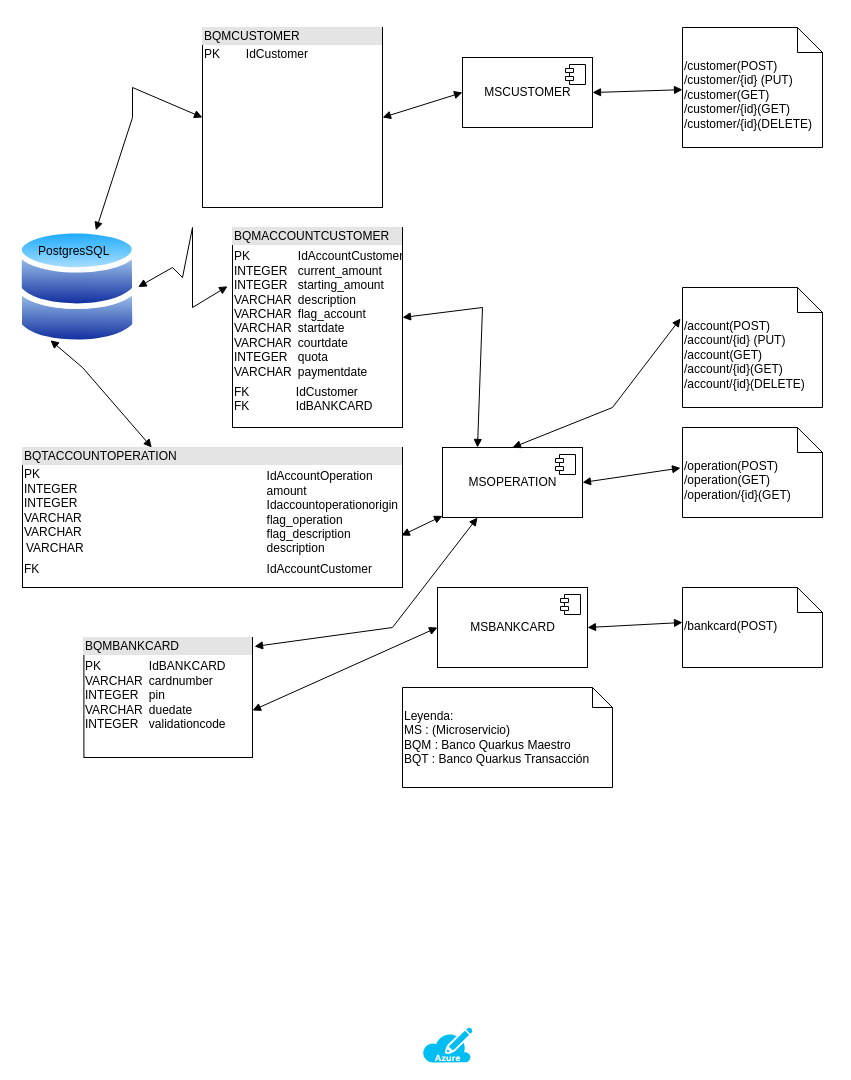
Above: SolutionBank-v1.drawio in AppBancoQuarkus/designsolution (draw.io), before the change. Source tidied: cells renumbered, new cells numbered last; positions are measured from the earlier drawing's top-left corner, leaving out a move shared by most shapes. Both pictures are drawn from the tidied source at 100%, with x=0, y=0 at pixel (16, 27).
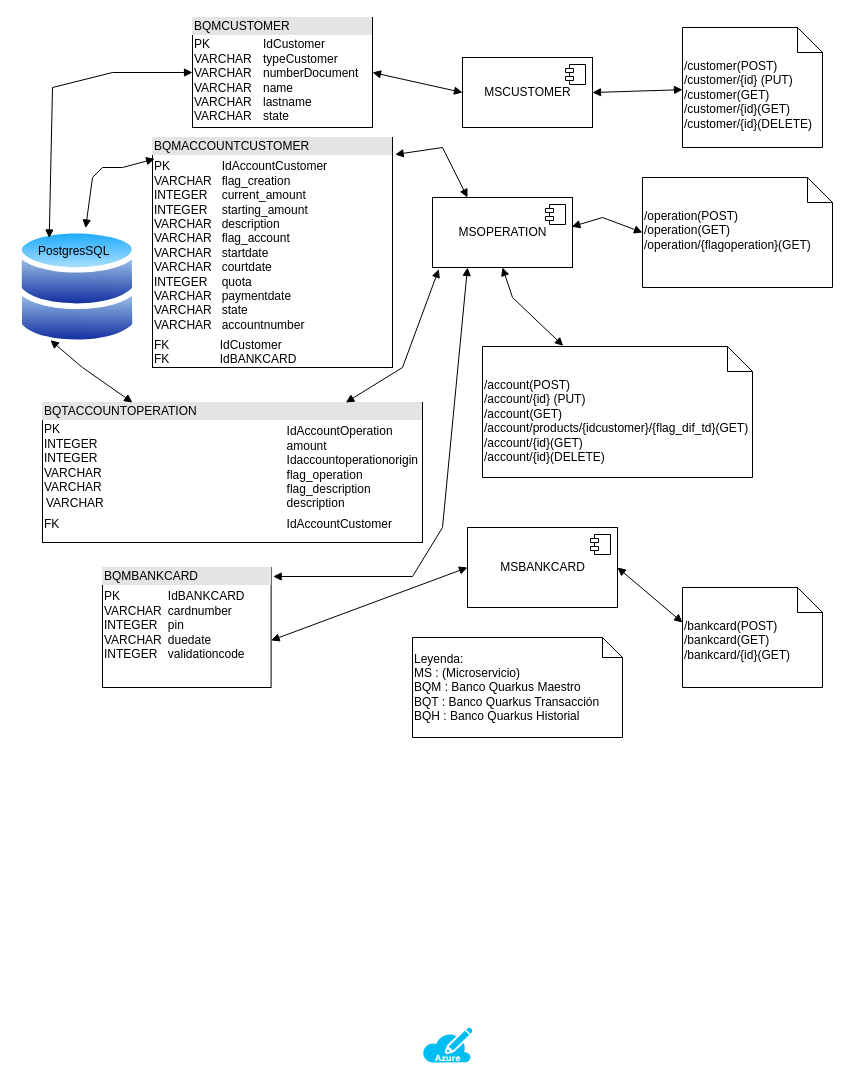
Above is the later version.

Commit message (it also covers changes not shown here):
modificando y agregando las solution del 3er proyecto

The change refers to these unchanged cells:
```xml
<mxCell id="5" style="perimeter=ellipsePerimeter;html=1;align=center;shadow=0;dashed=0;spacingTop=3;image;image=img/lib/active_directory/databases.svg;" parent="1" vertex="1">
  <mxGeometry x="0.3" y="200" width="121.4" height="119" as="geometry" />
</mxCell>
<mxCell id="31" value="PostgresSQL" style="text;strokeColor=none;fillColor=none;spacingLeft=4;spacingRight=4;overflow=hidden;points=[[0,0.5],[1,0.5]];portConstraint=eastwest;fontSize=12;" parent="1" vertex="1">
  <mxGeometry x="16" y="210" width="90" height="30" as="geometry" />
</mxCell>
```

Change to the diagram source:
```diff
@@
-    <mxCell id="7" value="&lt;div style=&quot;box-sizing:border-box;width:100%;background:#e4e4e4;padding:2px;&quot;&gt;BQMCUSTOMER&lt;/div&gt;&lt;table style=&quot;width:100%;font-size:1em;&quot; cellpadding=&quot;2&quot; cellspacing=&quot;0&quot;&gt;&lt;tbody&gt;&lt;tr&gt;&lt;td&gt;PK&lt;/td&gt;&lt;td&gt;IdCustomer&lt;br&gt;&lt;/td&gt;&lt;/tr&gt;&lt;tr&gt;&lt;td&gt;&lt;br&gt;&lt;/td&gt;&lt;td&gt;&lt;br&gt;&lt;/td&gt;&lt;/tr&gt;&lt;tr&gt;&lt;td&gt;&lt;/td&gt;&lt;td&gt;&lt;br&gt;&lt;/td&gt;&lt;/tr&gt;&lt;/tbody&gt;&lt;/table&gt;" style="verticalAlign=top;align=left;overflow=fill;html=1;" parent="1" vertex="1">
-      <mxGeometry x="186" width="180" height="180" as="geometry" />
+    <mxCell id="7" value="&lt;div style=&quot;box-sizing:border-box;width:100%;background:#e4e4e4;padding:2px;&quot;&gt;BQMCUSTOMER&lt;/div&gt;&lt;table style=&quot;width:100%;font-size:1em;&quot; cellpadding=&quot;2&quot; cellspacing=&quot;0&quot;&gt;&lt;tbody&gt;&lt;tr&gt;&lt;td&gt;PK&lt;br&gt;VARCHAR&lt;br&gt;VARCHAR&lt;br&gt;VARCHAR&lt;br&gt;VARCHAR&lt;br&gt;VARCHAR&lt;br&gt;&lt;/td&gt;&lt;td&gt;IdCustomer&lt;br&gt;typeCustomer&lt;br&gt;numberDocument&lt;br&gt;name&lt;br&gt;lastname&lt;br&gt;state&lt;br&gt;&lt;/td&gt;&lt;/tr&gt;&lt;tr&gt;&lt;td&gt;&lt;br&gt;&lt;/td&gt;&lt;td&gt;&lt;br&gt;&lt;/td&gt;&lt;/tr&gt;&lt;tr&gt;&lt;td&gt;&lt;/td&gt;&lt;td&gt;&lt;br&gt;&lt;/td&gt;&lt;/tr&gt;&lt;/tbody&gt;&lt;/table&gt;" style="verticalAlign=top;align=left;overflow=fill;html=1;" parent="1" vertex="1">
+      <mxGeometry x="176" y="-10" width="180" height="110" as="geometry" />
     </mxCell>
@@
-    <mxCell id="9" style="endArrow=block;startArrow=block;endFill=1;startFill=1;html=1;rounded=0;entryX=0;entryY=0.5;entryDx=0;entryDy=0;" parent="1" edge="1" source="5" target="7">
+    <mxCell id="9" style="endArrow=block;startArrow=block;endFill=1;startFill=1;html=1;rounded=0;entryX=0;entryY=0.5;entryDx=0;entryDy=0;exitX=0.186;exitY=0.016;exitDx=0;exitDy=0;exitPerimeter=0;" parent="1" edge="1" source="31" target="7">
       <mxGeometry relative="1" as="geometry">
         <Array as="points">
-          <mxPoint x="116" y="90" />
-          <mxPoint x="116" y="60" />
+          <mxPoint x="36" y="60" />
+          <mxPoint x="96" y="45" />
         </Array>
       </mxGeometry>
     </mxCell>
-    <mxCell id="10" value="&lt;div style=&quot;box-sizing:border-box;width:100%;background:#e4e4e4;padding:2px;&quot;&gt;BQMACCOUNTCUSTOMER&lt;/div&gt;&lt;table style=&quot;width:100%;font-size:1em;&quot; cellpadding=&quot;2&quot; cellspacing=&quot;0&quot;&gt;&lt;tbody&gt;&lt;tr&gt;&lt;td&gt;PK&lt;br&gt;INTEGER&lt;br&gt;INTEGER&lt;br&gt;VARCHAR&lt;br&gt;VARCHAR&lt;br&gt;VARCHAR&lt;br&gt;VARCHAR&lt;br&gt;INTEGER&lt;br&gt;VARCHAR&lt;br&gt;&lt;/td&gt;&lt;td&gt;&lt;table style=&quot;font-size: 1em; width: 160px;&quot; cellpadding=&quot;2&quot; cellspacing=&quot;0&quot;&gt;&lt;tbody&gt;&lt;tr&gt;&lt;td&gt;IdAccountCustomer&lt;br&gt;current_amount&lt;br&gt;starting_amount&lt;br&gt;description&lt;br&gt;flag_account&lt;br&gt;startdate&lt;br&gt;courtdate&lt;br&gt;quota&lt;br&gt;paymentdate&lt;br&gt;&lt;/td&gt;&lt;/tr&gt;&lt;/tbody&gt;&lt;/table&gt;&lt;/td&gt;&lt;/tr&gt;&lt;tr&gt;&lt;td&gt;FK&lt;br&gt;FK&lt;/td&gt;&lt;td&gt;IdCustomer&lt;br&gt;IdBANKCARD&lt;br&gt;&lt;/td&gt;&lt;/tr&gt;&lt;/tbody&gt;&lt;/table&gt;" style="verticalAlign=top;align=left;overflow=fill;html=1;" parent="1" vertex="1">
-      <mxGeometry x="216" y="200" width="170" height="200" as="geometry" />
+    <mxCell id="10" value="&lt;div style=&quot;box-sizing:border-box;width:100%;background:#e4e4e4;padding:2px;&quot;&gt;BQMACCOUNTCUSTOMER&lt;/div&gt;&lt;table style=&quot;width:100%;font-size:1em;&quot; cellpadding=&quot;2&quot; cellspacing=&quot;0&quot;&gt;&lt;tbody&gt;&lt;tr&gt;&lt;td&gt;PK&lt;br&gt;VARCHAR&lt;br&gt;INTEGER&lt;br&gt;INTEGER&lt;br&gt;VARCHAR&lt;br&gt;VARCHAR&lt;br&gt;VARCHAR&lt;br&gt;VARCHAR&lt;br&gt;INTEGER&lt;br&gt;VARCHAR&lt;br&gt;VARCHAR&lt;br&gt;VARCHAR&lt;br&gt;&lt;/td&gt;&lt;td&gt;&lt;table style=&quot;font-size: 1em; width: 160px;&quot; cellpadding=&quot;2&quot; cellspacing=&quot;0&quot;&gt;&lt;tbody&gt;&lt;tr&gt;&lt;td&gt;IdAccountCustomer&lt;br&gt;flag_creation&lt;br&gt;current_amount&lt;br&gt;starting_amount&lt;br&gt;description&lt;br&gt;flag_account&lt;br&gt;startdate&lt;br&gt;courtdate&lt;br&gt;quota&lt;br&gt;paymentdate&lt;br&gt;state&lt;br&gt;accountnumber&lt;/td&gt;&lt;/tr&gt;&lt;/tbody&gt;&lt;/table&gt;&lt;/td&gt;&lt;/tr&gt;&lt;tr&gt;&lt;td&gt;FK&lt;br&gt;FK&lt;/td&gt;&lt;td&gt;IdCustomer&lt;br&gt;IdBANKCARD&lt;br&gt;&lt;/td&gt;&lt;/tr&gt;&lt;/tbody&gt;&lt;/table&gt;" style="verticalAlign=top;align=left;overflow=fill;html=1;" parent="1" vertex="1">
+      <mxGeometry x="136" y="110" width="240" height="230" as="geometry" />
     </mxCell>
     <mxCell id="11" value="&lt;div style=&quot;box-sizing:border-box;width:100%;background:#e4e4e4;padding:2px;&quot;&gt;BQTACCOUNTOPERATION&lt;/div&gt;&lt;table style=&quot;width:100%;font-size:1em;&quot; cellpadding=&quot;2&quot; cellspacing=&quot;0&quot;&gt;&lt;tbody&gt;&lt;tr&gt;&lt;td&gt;PK&lt;br&gt;INTEGER&lt;br&gt;INTEGER&lt;br&gt;VARCHAR&lt;br&gt;VARCHAR&lt;br&gt;&lt;table style=&quot;font-size: 1em; width: 235px;&quot; cellpadding=&quot;2&quot; cellspacing=&quot;0&quot;&gt;&lt;tbody&gt;&lt;tr&gt;&lt;td&gt;VARCHAR&lt;br&gt;&lt;/td&gt;&lt;/tr&gt;&lt;/tbody&gt;&lt;/table&gt;&lt;/td&gt;&lt;td&gt;IdAccountOperation&lt;br&gt;amount&lt;br&gt;Idaccountoperationorigin&lt;br&gt;flag_operation&lt;br&gt;flag_description&lt;br&gt;description&lt;/td&gt;&lt;/tr&gt;&lt;tr&gt;&lt;td&gt;FK&lt;/td&gt;&lt;td&gt;IdAccountCustomer&lt;/td&gt;&lt;/tr&gt;&lt;tr&gt;&lt;td&gt;&lt;/td&gt;&lt;td&gt;&lt;br&gt;&lt;/td&gt;&lt;/tr&gt;&lt;/tbody&gt;&lt;/table&gt;" style="verticalAlign=top;align=left;overflow=fill;html=1;" parent="1" vertex="1">
-      <mxGeometry x="6" y="420" width="380" height="140" as="geometry" />
+      <mxGeometry x="26" y="375" width="380" height="140" as="geometry" />
     </mxCell>
     <mxCell id="12" value="MSOPERATION" style="html=1;" parent="1" vertex="1">
-      <mxGeometry x="426" y="420" width="140" height="70" as="geometry" />
+      <mxGeometry x="416" y="170" width="140" height="70" as="geometry" />
     </mxCell>
@@
-    <mxCell id="14" value="/account(POST)&lt;br&gt;/account/{id} (PUT)&lt;br&gt;&lt;div style=&quot;&quot;&gt;&lt;span style=&quot;background-color: initial;&quot;&gt;/&lt;/span&gt;account&lt;span style=&quot;background-color: initial;&quot;&gt;(GET)&lt;/span&gt;&lt;/div&gt;&lt;div style=&quot;&quot;&gt;/account/{id}(GET)&lt;/div&gt;/account/{id}(DELETE)" style="shape=note2;boundedLbl=1;whiteSpace=wrap;html=1;size=25;verticalAlign=top;align=left;" parent="1" vertex="1">
-      <mxGeometry x="666" y="260" width="140" height="120" as="geometry" />
+    <mxCell id="14" value="&lt;div style=&quot;&quot;&gt;&lt;span style=&quot;background-color: initial;&quot;&gt;/account(POST)&lt;/span&gt;&lt;/div&gt;&lt;div style=&quot;&quot;&gt;&lt;span style=&quot;background-color: initial;&quot;&gt;/account/{id} (PUT)&lt;/span&gt;&lt;/div&gt;&lt;div style=&quot;&quot;&gt;&lt;span style=&quot;background-color: initial;&quot;&gt;/&lt;/span&gt;account&lt;span style=&quot;background-color: initial;&quot;&gt;(GET)&lt;/span&gt;&lt;/div&gt;&lt;div style=&quot;&quot;&gt;/account/products/{idcustomer}/{flag_dif_td}(GET)&lt;/div&gt;&lt;div style=&quot;&quot;&gt;/account/{id}(GET)&lt;/div&gt;&lt;div style=&quot;&quot;&gt;&lt;span style=&quot;background-color: initial;&quot;&gt;/account/{id}(DELETE)&lt;/span&gt;&lt;/div&gt;" style="shape=note2;boundedLbl=1;whiteSpace=wrap;html=1;size=25;verticalAlign=top;align=left;" parent="1" vertex="1">
+      <mxGeometry x="466" y="319" width="270" height="131" as="geometry" />
     </mxCell>
-    <mxCell id="15" value="/operation(POST)&lt;br&gt;&lt;div style=&quot;&quot;&gt;&lt;span style=&quot;background-color: initial;&quot;&gt;/&lt;/span&gt;operation&lt;span style=&quot;background-color: initial;&quot;&gt;(GET)&lt;/span&gt;&lt;/div&gt;&lt;div style=&quot;&quot;&gt;/operation/{id}(GET)&lt;/div&gt;" style="shape=note2;boundedLbl=1;whiteSpace=wrap;html=1;size=25;verticalAlign=top;align=left;" parent="1" vertex="1">
-      <mxGeometry x="666" y="400" width="140" height="90" as="geometry" />
+    <mxCell id="15" value="/operation(POST)&lt;br&gt;&lt;div style=&quot;&quot;&gt;&lt;span style=&quot;background-color: initial;&quot;&gt;/&lt;/span&gt;operation&lt;span style=&quot;background-color: initial;&quot;&gt;(GET)&lt;/span&gt;&lt;/div&gt;&lt;div style=&quot;&quot;&gt;/operation/{flagoperation}(GET)&lt;/div&gt;" style="shape=note2;boundedLbl=1;whiteSpace=wrap;html=1;size=25;verticalAlign=top;align=left;" parent="1" vertex="1">
+      <mxGeometry x="626" y="150" width="190" height="110" as="geometry" />
     </mxCell>
@@
-    <mxCell id="17" style="endArrow=block;startArrow=block;endFill=1;startFill=1;html=1;rounded=0;exitX=0.5;exitY=0;exitDx=0;exitDy=0;entryX=-0.014;entryY=0.258;entryDx=0;entryDy=0;entryPerimeter=0;" parent="1" edge="1" source="12" target="14">
+    <mxCell id="17" style="endArrow=block;startArrow=block;endFill=1;startFill=1;html=1;rounded=0;exitX=0.5;exitY=1;exitDx=0;exitDy=0;entryX=0.299;entryY=-0.005;entryDx=0;entryDy=0;entryPerimeter=0;" parent="1" edge="1" source="12" target="14">
       <mxGeometry relative="1" as="geometry">
         <Array as="points">
-          <mxPoint x="596" y="380" />
+          <mxPoint x="496" y="270" />
         </Array>
       </mxGeometry>
     </mxCell>
-    <mxCell id="18" style="endArrow=block;startArrow=block;endFill=1;startFill=1;html=1;rounded=0;exitX=1;exitY=0.5;exitDx=0;exitDy=0;entryX=-0.014;entryY=0.45;entryDx=0;entryDy=0;entryPerimeter=0;" parent="1" edge="1" source="12" target="15">
-      <mxGeometry relative="1" as="geometry" />
-    </mxCell>
-    <mxCell id="19" style="endArrow=block;startArrow=block;endFill=1;startFill=1;html=1;rounded=0;exitX=0.997;exitY=0.629;exitDx=0;exitDy=0;exitPerimeter=0;" parent="1" edge="1" source="11" target="12">
-      <mxGeometry relative="1" as="geometry" />
+    <mxCell id="19" style="endArrow=block;startArrow=block;endFill=1;startFill=1;html=1;rounded=0;entryX=0.045;entryY=1.025;entryDx=0;entryDy=0;entryPerimeter=0;" parent="1" edge="1" source="11" target="12">
+      <mxGeometry relative="1" as="geometry">
+        <Array as="points">
+          <mxPoint x="386" y="340" />
+        </Array>
+      </mxGeometry>
     </mxCell>
-    <mxCell id="20" style="endArrow=block;startArrow=block;endFill=1;startFill=1;html=1;rounded=0;entryX=0.25;entryY=0;entryDx=0;entryDy=0;exitX=1;exitY=0.5;exitDx=0;exitDy=0;" parent="1" edge="1" target="12">
+    <mxCell id="20" style="endArrow=block;startArrow=block;endFill=1;startFill=1;html=1;rounded=0;entryX=0.25;entryY=0;entryDx=0;entryDy=0;exitX=1.011;exitY=0.074;exitDx=0;exitDy=0;exitPerimeter=0;" parent="1" edge="1" source="10" target="12">
       <mxGeometry relative="1" as="geometry">
-        <mxPoint x="386" y="290" as="sourcePoint" />
         <Array as="points">
-          <mxPoint x="466" y="280" />
+          <mxPoint x="426" y="120" />
         </Array>
       </mxGeometry>
     </mxCell>
-    <mxCell id="21" style="endArrow=block;startArrow=block;endFill=1;startFill=1;html=1;rounded=0;entryX=-0.029;entryY=0.294;entryDx=0;entryDy=0;entryPerimeter=0;exitX=1;exitY=0.5;exitDx=0;exitDy=0;" parent="1" edge="1" source="5" target="10">
+    <mxCell id="21" style="endArrow=block;startArrow=block;endFill=1;startFill=1;html=1;rounded=0;entryX=0.009;entryY=0.093;entryDx=0;entryDy=0;entryPerimeter=0;" parent="1" edge="1" source="5" target="10">
       <mxGeometry relative="1" as="geometry">
         <Array as="points">
-          <mxPoint x="156" y="240" />
-          <mxPoint x="166" y="250" />
-          <mxPoint x="176" y="200" />
-          <mxPoint x="176" y="280" />
+          <mxPoint x="76" y="150" />
+          <mxPoint x="86" y="140" />
+          <mxPoint x="106" y="140" />
         </Array>
       </mxGeometry>
     </mxCell>
@@
     <mxCell id="23" value="MSBANKCARD" style="html=1;" parent="1" vertex="1">
-      <mxGeometry x="421" y="560" width="150" height="80" as="geometry" />
+      <mxGeometry x="451" y="500" width="150" height="80" as="geometry" />
     </mxCell>
@@
     <mxCell id="25" value="&lt;div style=&quot;box-sizing:border-box;width:100%;background:#e4e4e4;padding:2px;&quot;&gt;BQMBANKCARD&lt;/div&gt;&lt;table style=&quot;width:100%;font-size:1em;&quot; cellpadding=&quot;2&quot; cellspacing=&quot;0&quot;&gt;&lt;tbody&gt;&lt;tr&gt;&lt;td&gt;PK&lt;br&gt;VARCHAR&lt;br&gt;INTEGER&lt;br&gt;VARCHAR&lt;br style=&quot;border-color: var(--border-color);&quot;&gt;INTEGER&lt;br&gt;&lt;/td&gt;&lt;td&gt;&lt;table style=&quot;font-size: 1em; width: 160px;&quot; cellpadding=&quot;2&quot; cellspacing=&quot;0&quot;&gt;&lt;tbody&gt;&lt;tr&gt;&lt;td&gt;IdBANKCARD&lt;br&gt;cardnumber&lt;br&gt;pin&lt;br&gt;duedate&lt;br&gt;validationcode&lt;/td&gt;&lt;/tr&gt;&lt;/tbody&gt;&lt;/table&gt;&lt;/td&gt;&lt;/tr&gt;&lt;tr&gt;&lt;td&gt;&lt;br&gt;&lt;/td&gt;&lt;td&gt;&lt;br&gt;&lt;/td&gt;&lt;/tr&gt;&lt;/tbody&gt;&lt;/table&gt;" style="verticalAlign=top;align=left;overflow=fill;html=1;" parent="1" vertex="1">
-      <mxGeometry x="67.4" y="610" width="168.6" height="120" as="geometry" />
+      <mxGeometry x="86" y="540" width="168.6" height="120" as="geometry" />
     </mxCell>
@@
-    <mxCell id="28" value="/bankcard(POST)" style="shape=note2;boundedLbl=1;whiteSpace=wrap;html=1;size=25;verticalAlign=top;align=left;" parent="1" vertex="1">
-      <mxGeometry x="666" y="560" width="140" height="80" as="geometry" />
+    <mxCell id="28" value="/bankcard(POST)&lt;br&gt;/bankcard(GET)&lt;br&gt;/bankcard/{id}(GET)" style="shape=note2;boundedLbl=1;whiteSpace=wrap;html=1;size=25;verticalAlign=top;align=left;" parent="1" vertex="1">
+      <mxGeometry x="666" y="560" width="140" height="100" as="geometry" />
     </mxCell>
     <mxCell id="29" style="endArrow=block;startArrow=block;endFill=1;startFill=1;html=1;rounded=0;entryX=0.25;entryY=1;entryDx=0;entryDy=0;exitX=1.012;exitY=0.075;exitDx=0;exitDy=0;exitPerimeter=0;" parent="1" edge="1" source="25" target="12">
       <mxGeometry relative="1" as="geometry">
         <Array as="points">
-          <mxPoint x="376" y="600" />
+          <mxPoint x="396" y="549" />
+          <mxPoint x="426" y="500" />
         </Array>
       </mxGeometry>
     </mxCell>
-    <mxCell id="30" value="Leyenda:&lt;br&gt;MS : (Microservicio)&lt;br&gt;BQM : Banco Quarkus Maestro&lt;br&gt;BQT : Banco Quarkus Transacción" style="shape=note;size=20;whiteSpace=wrap;html=1;align=left;" parent="1" vertex="1">
-      <mxGeometry x="386" y="660" width="210" height="100" as="geometry" />
+    <mxCell id="30" value="Leyenda:&lt;br&gt;MS : (Microservicio)&lt;br&gt;BQM : Banco Quarkus Maestro&lt;br&gt;BQT : Banco Quarkus Transacción&lt;br&gt;BQH : Banco Quarkus Historial" style="shape=note;size=20;whiteSpace=wrap;html=1;align=left;" parent="1" vertex="1">
+      <mxGeometry x="396" y="610" width="210" height="100" as="geometry" />
     </mxCell>
@@
+    <mxCell id="18" style="endArrow=block;startArrow=block;endFill=1;startFill=1;html=1;rounded=0;exitX=0.995;exitY=0.417;exitDx=0;exitDy=0;exitPerimeter=0;entryX=0;entryY=0.5;entryDx=0;entryDy=0;entryPerimeter=0;" parent="1" edge="1" source="12" target="15">
+      <mxGeometry relative="1" as="geometry">
+        <Array as="points">
+          <mxPoint x="586" y="190" />
+        </Array>
+      </mxGeometry>
+    </mxCell>
```
